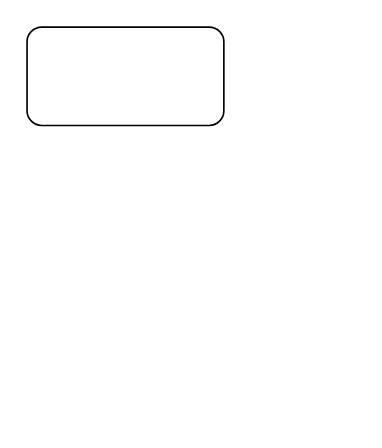
Above: 并发编程/08_ReentratLock原理.drawio in chenshuai1995/a-imgs (draw.io), before the change. Source tidied: cells renumbered, new cells numbered last; positions are measured from the earlier drawing's top-left corner, leaving out a move shared by most shapes. Both pictures are drawn from the tidied source at 164%, with x=0, y=0 at pixel (26, 26).
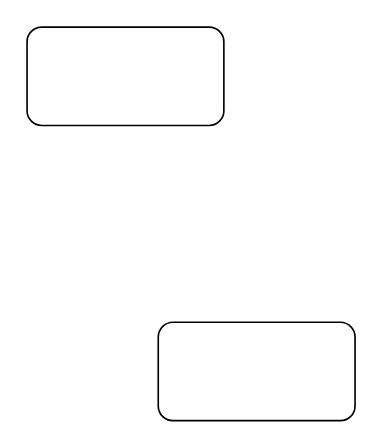
The same page after the edit.

Diff of the diagram source:
```diff
@@
 <mxGraphModel>
   <root>
     <mxCell id="0" />
     <mxCell id="1" parent="0" />
     <mxCell id="2" style="rounded=1;whiteSpace=wrap;html=1;" parent="1" vertex="1">
       <mxGeometry width="120" height="60" as="geometry" />
     </mxCell>
+    <mxCell id="3" style="rounded=1;whiteSpace=wrap;html=1;" parent="1" vertex="1">
+      <mxGeometry x="80" y="180" width="120" height="60" as="geometry" />
+    </mxCell>
   </root>
 </mxGraphModel>
```
